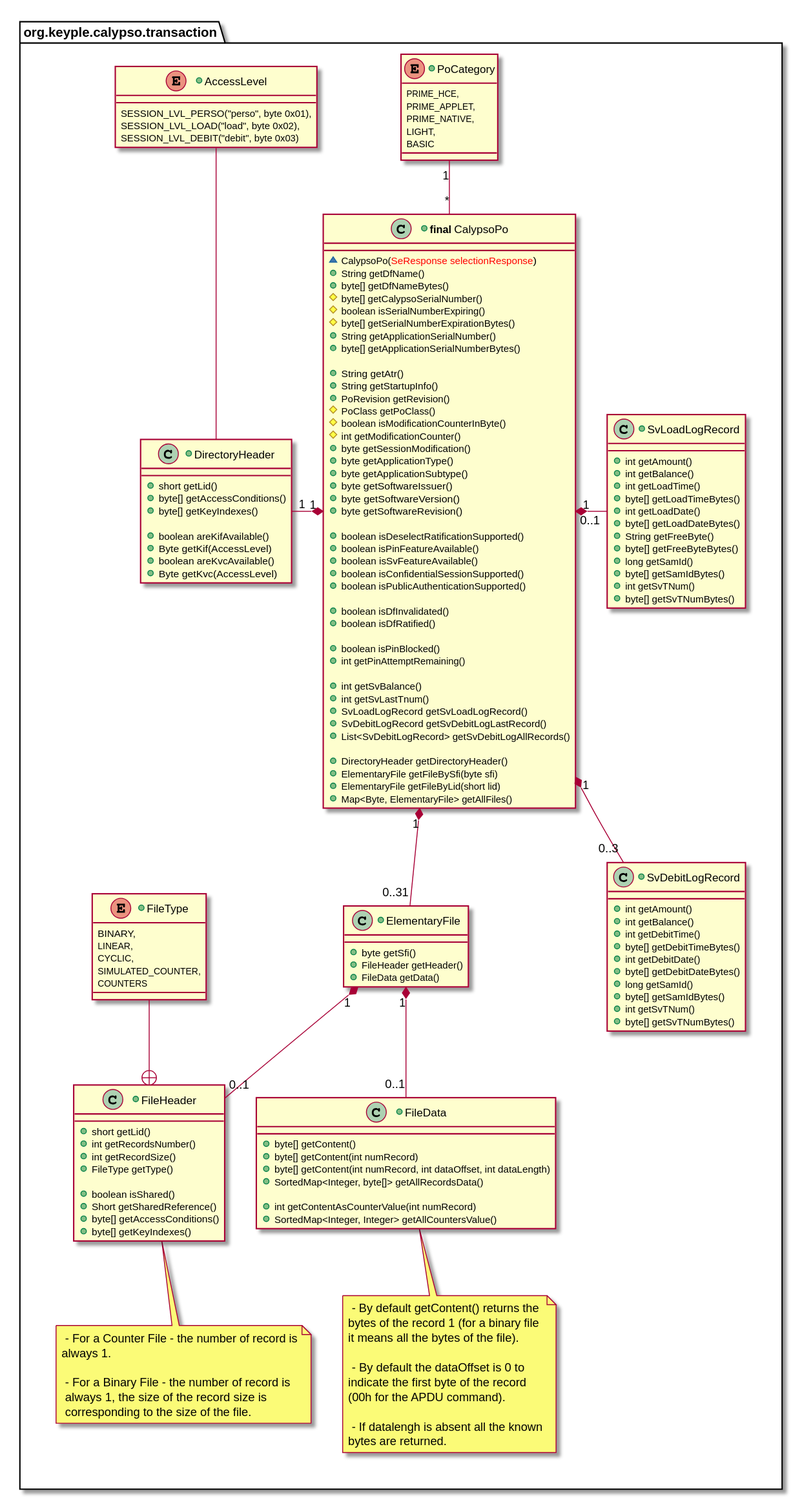
Earlier version of the PlantUML export docs/CalypsoTerminalApi/img/CalypsoTerminal_ApplicationApi_ClassDiag_Transaction_CalypsoPo_0_9_0.svg (pterr/keyple).
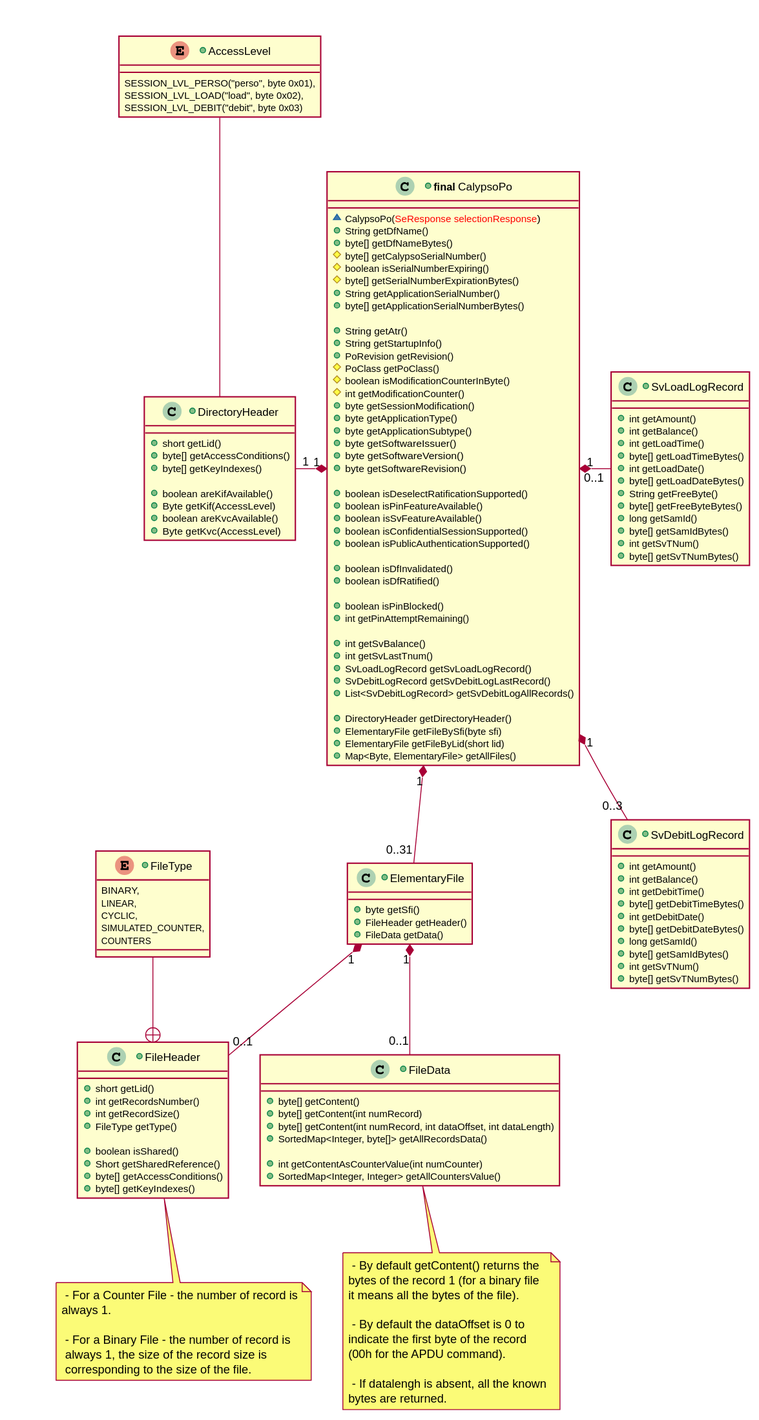
Above is the later version.

Commit message:
Update Calypso API => corresponding IMG

What changed in the source:
```diff
@@ -1,5 +1,10 @@
 @startuml
-package org.keyple.calypso.transaction #FFFFFF {
+skinparam stereotypeIBorderColor BUSINESS
+skinparam stereotypeCBorderColor BUSINESS
+skinparam stereotypeEBorderColor BUSINESS
+skinparam shadowing false
+
+together {
   +class "<b>final</b> CalypsoPo" as CalypsoPo {
     ~CalypsoPo(<color:red>SeResponse selectionResponse</color>)
     +String getDfName()
@@ -65,13 +70,6 @@
   }
   AccessLevel -down- DirectoryHeader
 
-  +enum PoCategory {
-    PRIME_HCE,
-    PRIME_APPLET,
-    PRIME_NATIVE,
-    LIGHT,
-    BASIC
-  }
 
   together {
     +class SvLoadLogRecord {
@@ -153,7 +151,7 @@
       indicate the first byte of the record
       (00h for the APDU command).
 
-       - If datalengh is absent all the known
+       - If datalengh is absent, all the known
       bytes are returned.
     end note
 
@@ -163,7 +161,7 @@
       +byte[] getContent(int numRecord, int dataOffset, int dataLength)
       +SortedMap<Integer, byte[]> getAllRecordsData()
 
-      +int getContentAsCounterValue(int numRecord)
+      +int getContentAsCounterValue(int numCounter)
       +SortedMap<Integer, Integer> getAllCountersValue()
     }
 
@@ -178,7 +176,6 @@
   CalypsoPo "1" *-left- "1" DirectoryHeader
   CalypsoPo "1 " *-right- " 0..1" SvLoadLogRecord
   CalypsoPo "1" *-- "0..3" SvDebitLogRecord
-  CalypsoPo "*" -up- "1" PoCategory
   CalypsoPo "1" *-down- "0..31" ElementaryFile
 }
 @enduml
```
